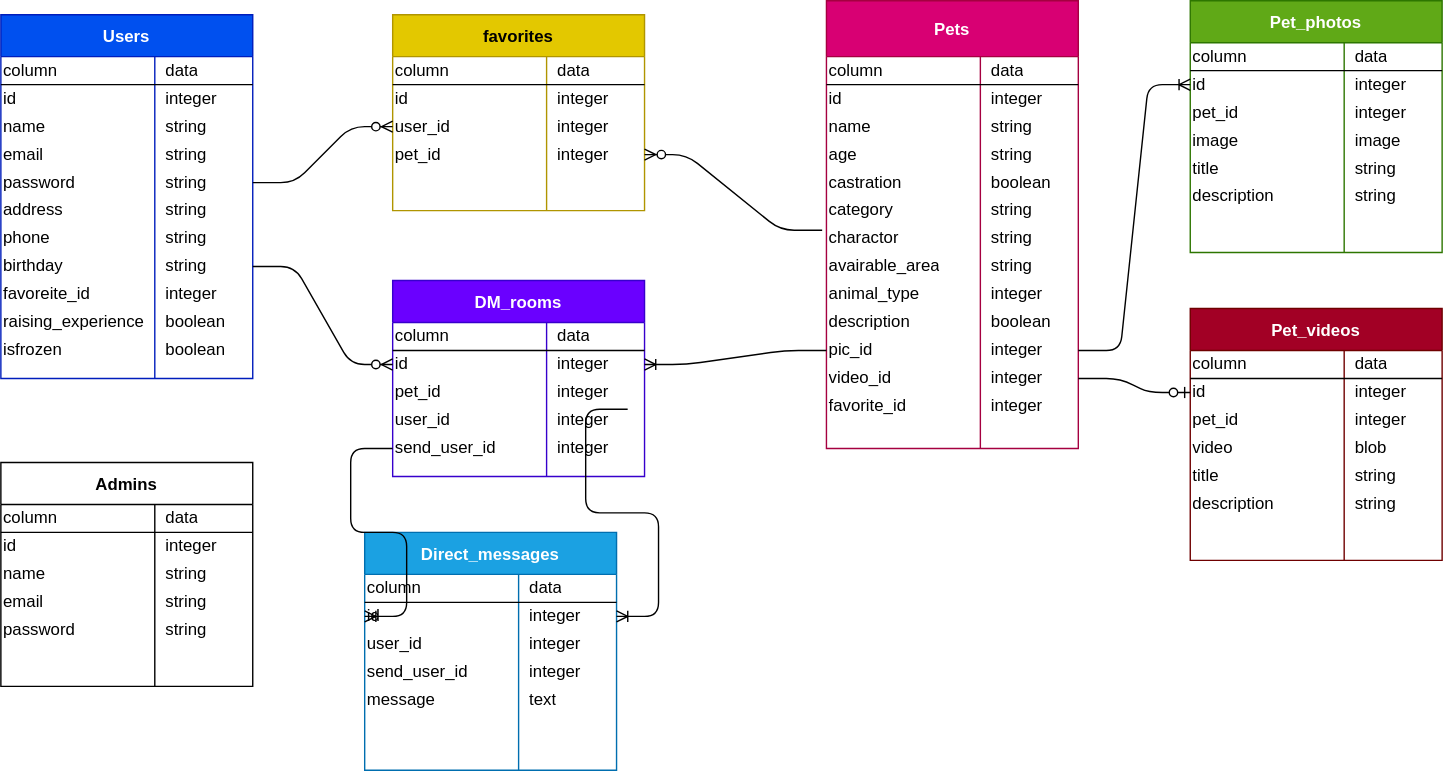
Above: rubyemon.drawio.svg in yosnak13/rubyemon_entity_relationship_diagram (draw.io), before the change. Source tidied: cells renumbered, new cells last; positions are measured from the earlier drawing's top-left corner, leaving out a move shared by most shapes.
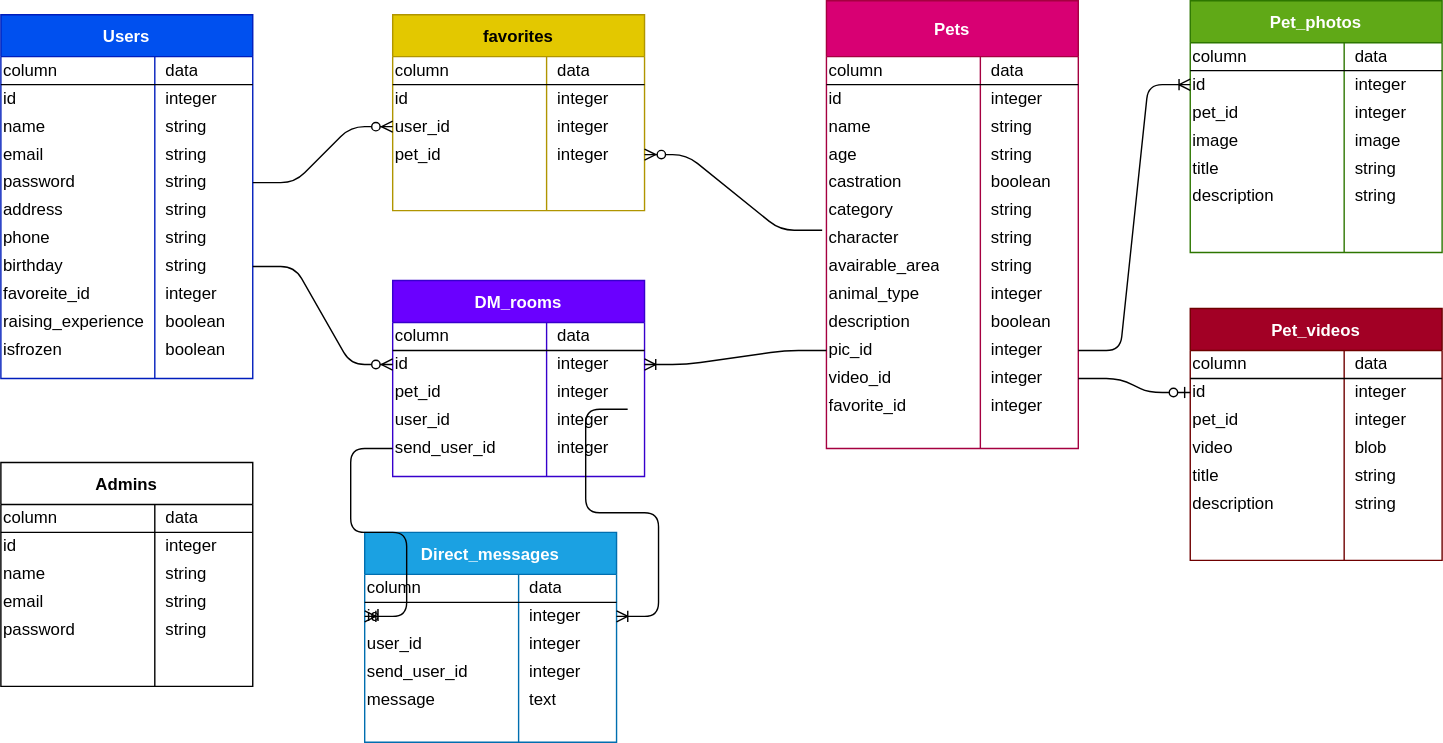
The same diagram one commit later.

Commit message:
カラム修正（video:blob=>binary, charactor=>character）

Diff of the diagram source:
```diff
@@ -164,7 +164,7 @@
     <mxCell id="55" style="shape=partialRectangle;html=1;whiteSpace=wrap;fillColor=none;top=0;left=0;bottom=0;right=0;points=[[0,0.5],[1,0.5]];portConstraint=eastwest;" parent="36" vertex="1">
       <mxGeometry y="160" width="180" height="20" as="geometry" />
     </mxCell>
-    <mxCell id="56" value="charactor" style="shape=partialRectangle;html=1;whiteSpace=wrap;fillColor=none;top=0;left=0;bottom=0;right=0;overflow=hidden;align=left;" parent="55" vertex="1">
+    <mxCell id="56" value="character" style="shape=partialRectangle;html=1;whiteSpace=wrap;fillColor=none;top=0;left=0;bottom=0;right=0;overflow=hidden;align=left;" parent="55" vertex="1">
       <mxGeometry width="110" height="20" as="geometry" />
     </mxCell>
     <mxCell id="57" value="string" style="shape=partialRectangle;html=1;whiteSpace=wrap;fillColor=none;top=0;left=0;bottom=0;right=0;align=left;spacingLeft=6;overflow=hidden;" parent="55" vertex="1">
@@ -390,7 +390,7 @@
       <mxGeometry relative="1" as="geometry" />
     </mxCell>
     <mxCell id="131" value="Direct_messages" style="shape=table;startSize=30;rowLines=0;fontStyle=1;align=center;labelBorderColor=none;labelBackgroundColor=none;fillColor=#1ba1e2;strokeColor=#006EAF;fontColor=#ffffff;" parent="1" vertex="1">
-      <mxGeometry x="260" y="380" width="180" height="170" as="geometry" />
+      <mxGeometry x="260" y="380" width="180" height="150" as="geometry" />
     </mxCell>
     <mxCell id="132" style="shape=partialRectangle;html=1;whiteSpace=wrap;fillColor=none;top=0;left=0;bottom=1;right=0;" parent="131" vertex="1">
       <mxGeometry y="30" width="180" height="20" as="geometry" />
```
